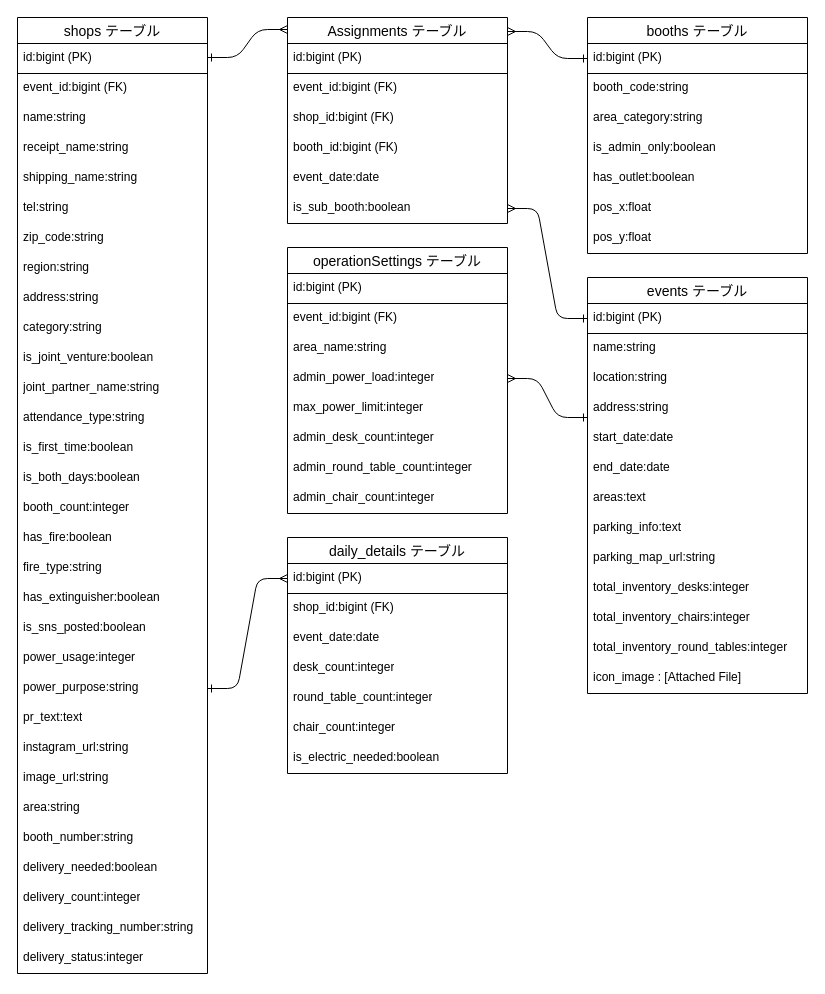
This is database_design.dio from jeyton-max/event_listener, a draw.io file, before an edit. Source tidied: cells renumbered, new cells numbered last; positions are measured from the earlier drawing's top-left corner, leaving out a move shared by most shapes. Both pictures are drawn from the tidied source at 100%, with x=0, y=0 at pixel (17, 17).
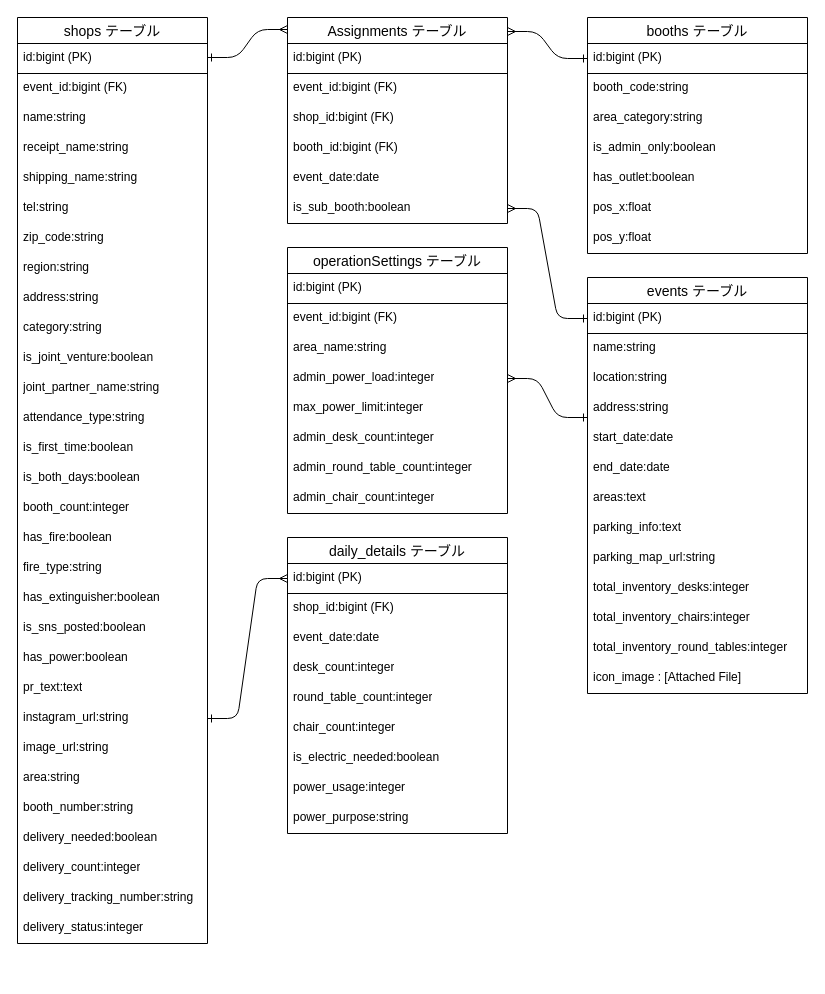
The same diagram, later.

The change refers to these unchanged cells:
```xml
<mxCell id="77" value="&lt;span style=&quot;color: rgb(0, 0, 0);&quot;&gt;id:bigint (PK)&lt;/span&gt;" style="text;strokeColor=default;fillColor=none;spacingLeft=4;spacingRight=4;overflow=hidden;points=[[0,0.5],[1,0.5]];portConstraint=eastwest;fontSize=12;whiteSpace=wrap;html=1;" parent="76" vertex="1">
  <mxGeometry y="26" width="220" height="30" as="geometry" />
</mxCell>
```

Diff of the diagram source:
```diff
@@
     <mxCell id="2" value="shops テーブル" style="swimlane;fontStyle=0;horizontal=1;startSize=26;align=center;fontSize=14;" parent="1" vertex="1">
-      <mxGeometry width="190" height="956" as="geometry" />
+      <mxGeometry width="190" height="926" as="geometry" />
     </mxCell>
@@
-    <mxCell id="23" value="power_usage:integer" style="text;strokeColor=none;fillColor=none;spacingLeft=4;spacingRight=4;overflow=hidden;fontSize=12;whiteSpace=wrap;html=1;" parent="2" vertex="1">
-      <mxGeometry y="626" width="190" height="30" as="geometry" />
-    </mxCell>
-    <mxCell id="24" value="power_purpose:string" style="text;strokeColor=none;fillColor=none;spacingLeft=4;spacingRight=4;overflow=hidden;points=[[0,0.5],[1,0.5]];portConstraint=eastwest;fontSize=12;whiteSpace=wrap;html=1;" parent="2" vertex="1">
-      <mxGeometry y="656" width="190" height="30" as="geometry" />
-    </mxCell>
+    <mxCell id="85" value="&lt;span style=&quot;color: rgb(0, 0, 0);&quot;&gt;has_power:boolean&lt;/span&gt;" style="text;strokeColor=none;fillColor=none;spacingLeft=4;spacingRight=4;overflow=hidden;fontSize=12;whiteSpace=wrap;html=1;" parent="2" vertex="1">
+      <mxGeometry y="626" width="190" height="30" as="geometry" />
+    </mxCell>
     <mxCell id="25" value="pr_text:text" style="text;strokeColor=none;fillColor=none;spacingLeft=4;spacingRight=4;overflow=hidden;fontSize=12;whiteSpace=wrap;html=1;" parent="2" vertex="1">
-      <mxGeometry y="686" width="190" height="30" as="geometry" />
+      <mxGeometry y="656" width="190" height="30" as="geometry" />
     </mxCell>
     <mxCell id="26" value="instagram_url:string" style="text;strokeColor=none;fillColor=none;spacingLeft=4;spacingRight=4;overflow=hidden;points=[[0,0.5],[1,0.5]];portConstraint=eastwest;fontSize=12;whiteSpace=wrap;html=1;" parent="2" vertex="1">
-      <mxGeometry y="716" width="190" height="30" as="geometry" />
+      <mxGeometry y="686" width="190" height="30" as="geometry" />
     </mxCell>
     <mxCell id="27" value="image_url:string" style="text;strokeColor=none;fillColor=none;spacingLeft=4;spacingRight=4;overflow=hidden;fontSize=12;whiteSpace=wrap;html=1;" parent="2" vertex="1">
-      <mxGeometry y="746" width="190" height="30" as="geometry" />
+      <mxGeometry y="716" width="190" height="30" as="geometry" />
     </mxCell>
     <mxCell id="28" value="area:string" style="text;strokeColor=none;fillColor=none;spacingLeft=4;spacingRight=4;overflow=hidden;fontSize=12;whiteSpace=wrap;html=1;" parent="2" vertex="1">
-      <mxGeometry y="776" width="190" height="30" as="geometry" />
+      <mxGeometry y="746" width="190" height="30" as="geometry" />
     </mxCell>
     <mxCell id="29" value="booth_number:string" style="text;strokeColor=none;fillColor=none;spacingLeft=4;spacingRight=4;overflow=hidden;fontSize=12;whiteSpace=wrap;html=1;" parent="2" vertex="1">
-      <mxGeometry y="806" width="190" height="30" as="geometry" />
+      <mxGeometry y="776" width="190" height="30" as="geometry" />
     </mxCell>
     <mxCell id="30" value="delivery_needed:boolean" style="text;strokeColor=none;fillColor=none;spacingLeft=4;spacingRight=4;overflow=hidden;fontSize=12;whiteSpace=wrap;html=1;" parent="2" vertex="1">
-      <mxGeometry y="836" width="190" height="30" as="geometry" />
+      <mxGeometry y="806" width="190" height="30" as="geometry" />
     </mxCell>
     <mxCell id="31" value="delivery_count:integer" style="text;strokeColor=none;fillColor=none;spacingLeft=4;spacingRight=4;overflow=hidden;fontSize=12;whiteSpace=wrap;html=1;" parent="2" vertex="1">
-      <mxGeometry y="866" width="190" height="30" as="geometry" />
+      <mxGeometry y="836" width="190" height="30" as="geometry" />
     </mxCell>
     <mxCell id="32" value="delivery_tracking_number:string" style="text;strokeColor=none;fillColor=none;spacingLeft=4;spacingRight=4;overflow=hidden;fontSize=12;whiteSpace=wrap;html=1;" parent="2" vertex="1">
-      <mxGeometry y="896" width="190" height="30" as="geometry" />
+      <mxGeometry y="866" width="190" height="30" as="geometry" />
     </mxCell>
     <mxCell id="33" value="delivery_status:integer" style="text;strokeColor=none;fillColor=none;spacingLeft=4;spacingRight=4;overflow=hidden;fontSize=12;whiteSpace=wrap;html=1;" parent="2" vertex="1">
-      <mxGeometry y="926" width="190" height="30" as="geometry" />
+      <mxGeometry y="896" width="190" height="30" as="geometry" />
     </mxCell>
@@
     <mxCell id="76" value="daily_details テーブル" style="swimlane;fontStyle=0;horizontal=1;startSize=26;align=center;fontSize=14;" parent="1" vertex="1">
-      <mxGeometry x="270" y="520" width="220" height="236" as="geometry" />
+      <mxGeometry x="270" y="520" width="220" height="296" as="geometry" />
     </mxCell>
@@
+    <mxCell id="23" value="power_usage:integer" style="text;strokeColor=none;fillColor=none;spacingLeft=4;spacingRight=4;overflow=hidden;fontSize=12;whiteSpace=wrap;html=1;" parent="76" vertex="1">
+      <mxGeometry y="236" width="220" height="30" as="geometry" />
+    </mxCell>
+    <mxCell id="24" value="power_purpose:string" style="text;strokeColor=none;fillColor=none;spacingLeft=4;spacingRight=4;overflow=hidden;points=[[0,0.5],[1,0.5]];portConstraint=eastwest;fontSize=12;whiteSpace=wrap;html=1;" parent="76" vertex="1">
+      <mxGeometry y="266" width="220" height="30" as="geometry" />
+    </mxCell>
-    <mxCell id="84" style="edgeStyle=entityRelationEdgeStyle;fontSize=12;html=1;endArrow=ERmany;endFill=0;entryX=0;entryY=0.5;entryDx=0;entryDy=0;strokeColor=default;startArrow=ERone;startFill=0;exitX=1;exitY=0.5;exitDx=0;exitDy=0;" parent="1" edge="1" source="24" target="77">
+    <mxCell id="84" style="edgeStyle=entityRelationEdgeStyle;fontSize=12;html=1;endArrow=ERmany;endFill=0;entryX=0;entryY=0.5;entryDx=0;entryDy=0;strokeColor=default;startArrow=ERone;startFill=0;exitX=1;exitY=0.5;exitDx=0;exitDy=0;" parent="1" edge="1" source="26" target="77">
       <mxGeometry relative="1" as="geometry">
         <Array as="points">
+          <mxPoint x="200" y="700" />
           <mxPoint x="220" y="434" />
         </Array>
       </mxGeometry>
     </mxCell>
```
